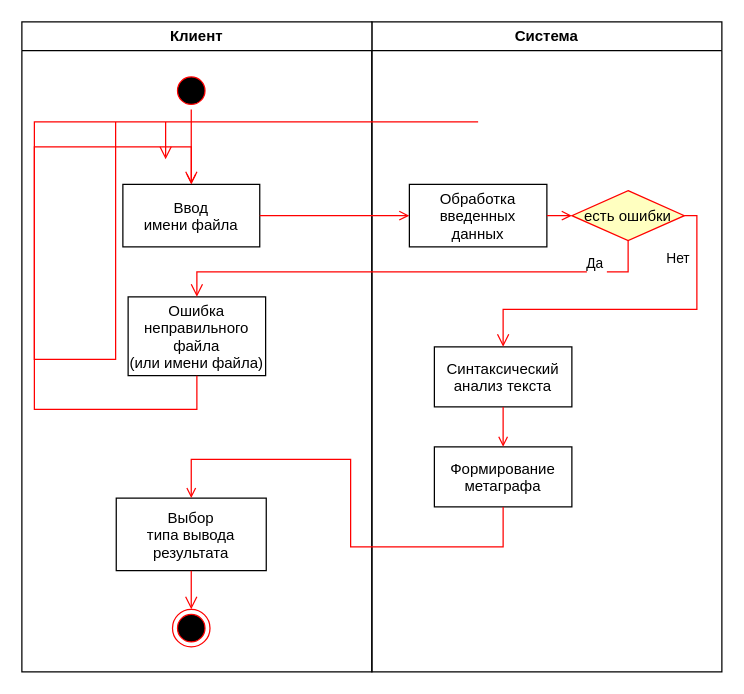
DMfananddu/Computing-Facilities-AIPCS keeps this draw.io diagram as page "Page-1" (1 of 5) of lab4.drawio. Above is the earlier version. Source tidied: cells renumbered, new cells numbered last; positions are measured from the earlier drawing's top-left corner, leaving out a move shared by most shapes. Both pictures are drawn from the tidied source at 125%, with x=0, y=0 at pixel (21, 21).
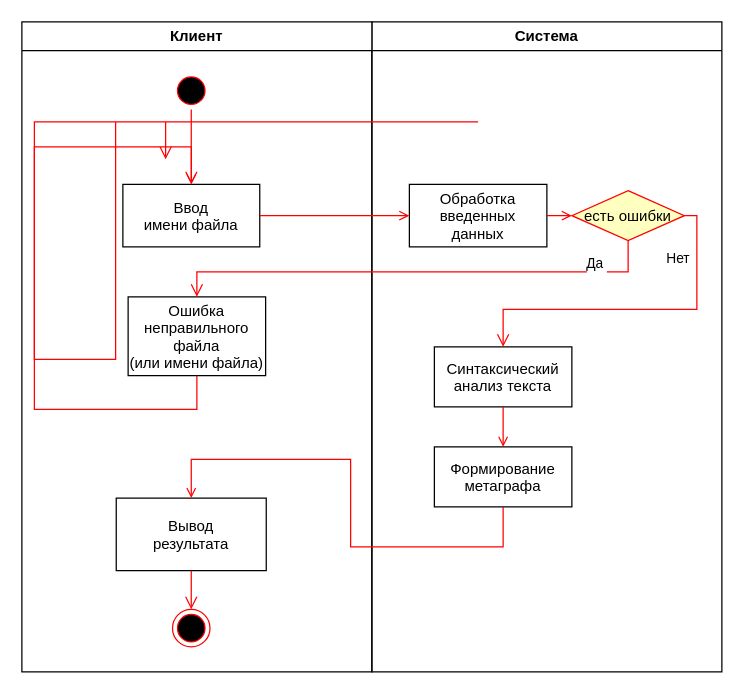
The same diagram, later.

Unchanged cells that the change refers to:
```xml
<mxCell id="10" value="Клиент" style="swimlane;whiteSpace=wrap;" parent="1" vertex="1">
  <mxGeometry width="280" height="520" as="geometry" />
</mxCell>
```

The edit, as a diff of the source:
```diff
@@
-    <mxCell id="13" value="Выбор&#10;типа вывода&#10;результата" parent="10" vertex="1">
+    <mxCell id="13" value="Вывод&#10;результата" parent="10" vertex="1">
       <mxGeometry x="75.5" y="381" width="120" height="58" as="geometry" />
     </mxCell>
```
